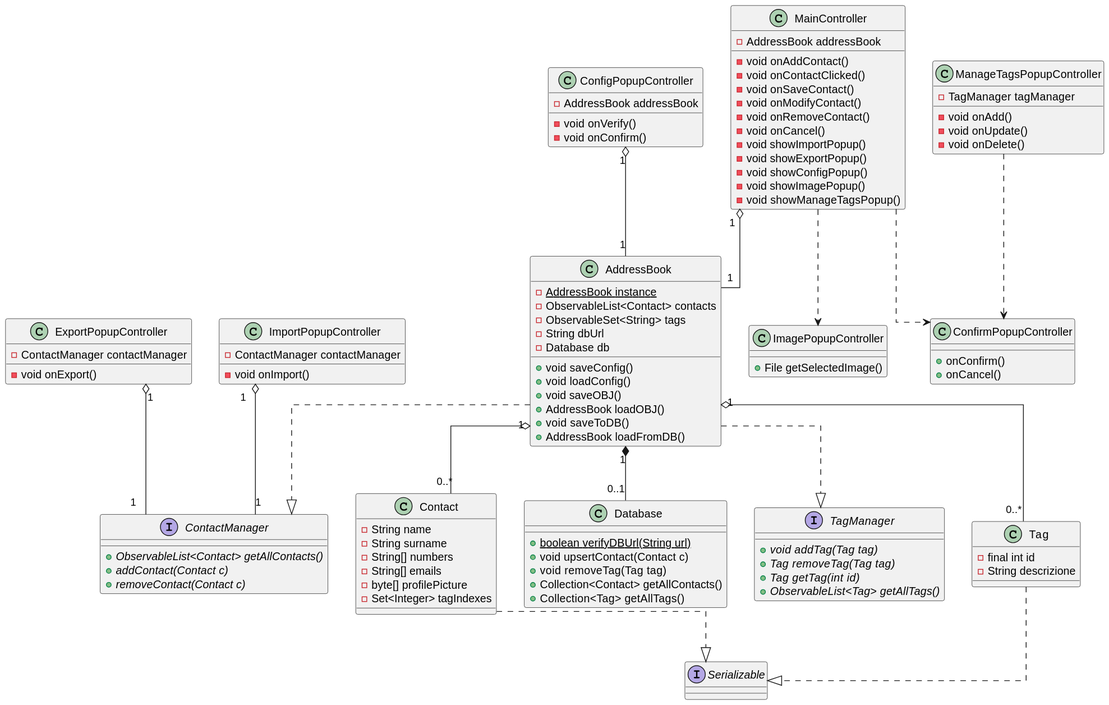
Above: documenti/diagrammi di classe/svg/diagrammaClassiEssenziale.svg in savaava/ProgettoRubrica (PlantUML), before the change.
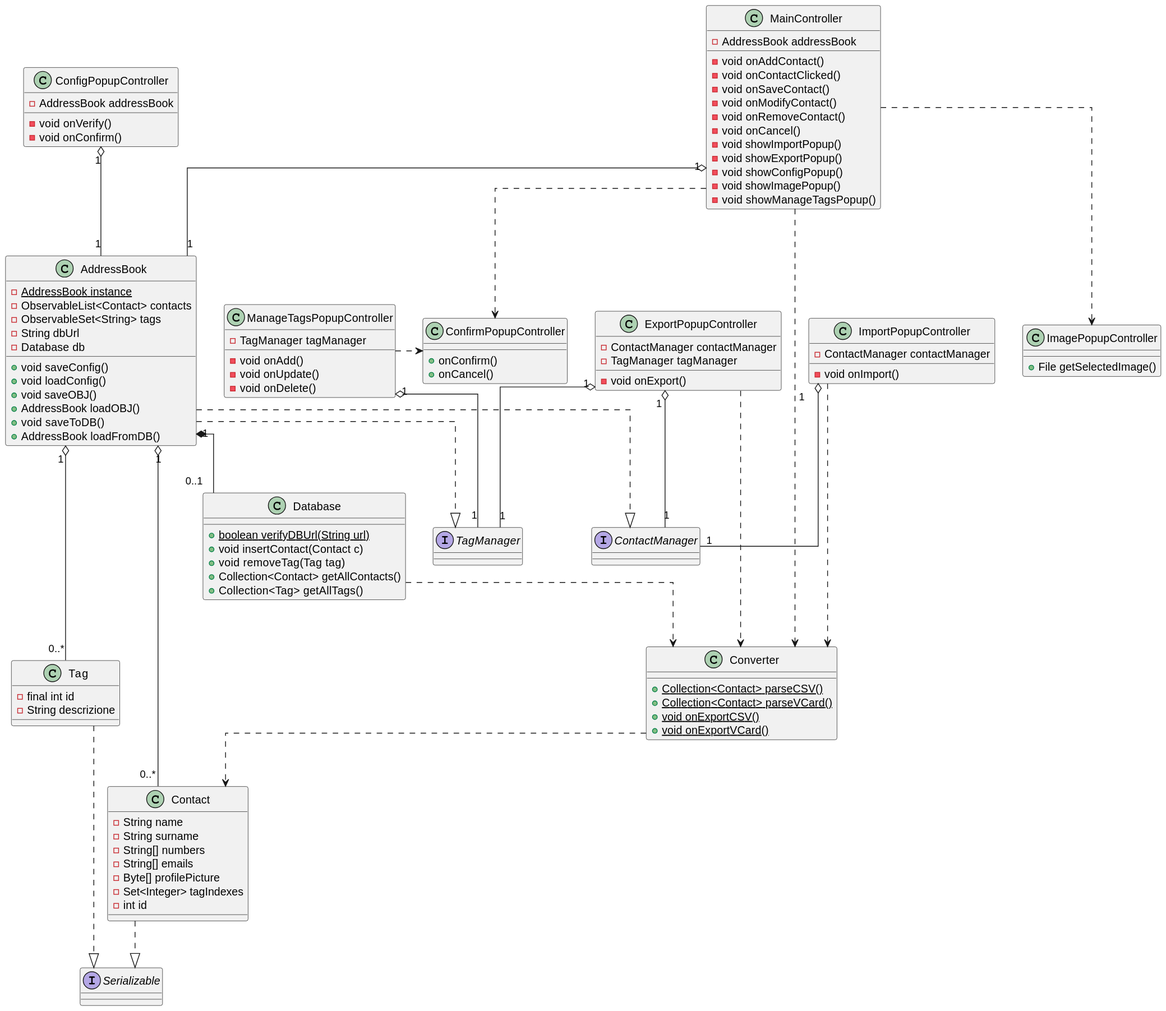
After the commit.

Commit message:
aggiunta diagrammi di package + completamento documento progetto pdf con fase di implementazione e testing + modifiche ai diagrammi di classe

Diff of the diagram source:
```diff
@@ -7,8 +7,9 @@
     - String surname
     - String[] numbers
     - String[] emails
-    - byte[] profilePicture
+    - Byte[] profilePicture
     - Set<Integer> tagIndexes
+    - int id
 }
 
 class AddressBook {
@@ -42,6 +43,13 @@
     - void showManageTagsPopup()
 }
 
+class Converter {
+    + {static} Collection<Contact> parseCSV()
+    + {static} Collection<Contact> parseVCard()
+    + {static} void onExportCSV()
+    + {static} void onExportVCard()
+}
+
 class ImportPopupController {
     - ContactManager contactManager
     - void onImport()
@@ -49,6 +57,7 @@
 
 class ExportPopupController {
     - ContactManager contactManager
+    - TagManager tagManager
     - void onExport()
 }
 
@@ -82,7 +91,7 @@
 
 class Database {
     + {static} boolean verifyDBUrl(String url)
-    + void upsertContact(Contact c)
+    + void insertContact(Contact c)
     + void removeTag(Tag tag)
     + Collection<Contact> getAllContacts()
     + Collection<Tag> getAllTags()
@@ -91,16 +100,9 @@
 interface Serializable
 
 interface TagManager {
-    +{abstract} void addTag(Tag tag)
-    +{abstract} Tag removeTag(Tag tag)
-    +{abstract} Tag getTag(int id)
-    +{abstract} ObservableList<Tag> getAllTags()
 }
 
 interface ContactManager {
-    +{abstract} ObservableList<Contact> getAllContacts()
-    +{abstract} addContact(Contact c)
-    +{abstract} removeContact(Contact c)
 }
 
 Contact ..|> Serializable
@@ -116,12 +118,21 @@
 MainController "1" o-- "1" AddressBook
 MainController ..> ImagePopupController
 MainController ..> ConfirmPopupController
+MainController ..> Converter
 
-ManageTagsPopupController ..> ConfirmPopupController
+Converter ..> Contact
+
+ImportPopupController "1" o-- "1" ContactManager
+ImportPopupController ..> Converter
 
 ExportPopupController "1" o-- "1" ContactManager
+ExportPopupController "1" o-- "1" TagManager
+ExportPopupController ..> Converter
 
-ImportPopupController "1" o-- "1" ContactManager
+ManageTagsPopupController .> ConfirmPopupController
+ManageTagsPopupController "1" o-- "1" TagManager
 
 ConfigPopupController "1" o-- "1" AddressBook
+
+Database ..> Converter
 @enduml
```
